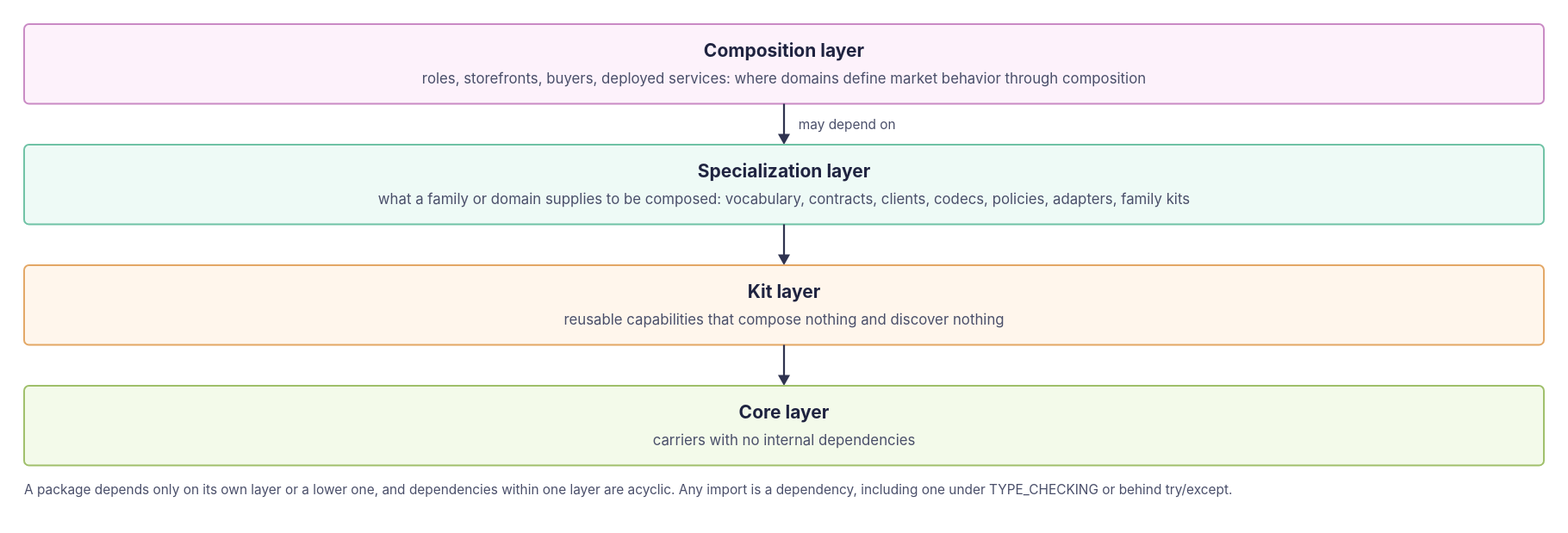
This is docs/development/diagrams/repository-layers.svg from arkhai-io/simple-compute-market, a draw.io export, as it was before one commit. Source tidied: cells renumbered, new cells last; positions are measured from the earlier drawing's top-left corner, leaving out a move shared by most shapes. Its diagram source:
```xml
<mxGraphModel>
  <root>
    <mxCell id="0" />
    <mxCell id="1" parent="0" />
    <mxCell id="2" style="rounded=1;arcSize=6;whiteSpace=wrap;html=1;fillColor=#fdf2fb;strokeColor=#c98ac4;strokeWidth=1.4;" parent="1" vertex="1">
      <mxGeometry width="1260" height="66" as="geometry" />
    </mxCell>
    <mxCell id="3" value="Composition layer" style="text;html=1;align=center;verticalAlign=middle;whiteSpace=nowrap;fontSize=15;fontColor=#1f2340;fontStyle=1;fontFamily=Helvetica;" parent="1" vertex="1">
      <mxGeometry x="545" y="12" width="170.1" height="21" as="geometry" />
    </mxCell>
    <mxCell id="4" value="roles, storefronts, buyers, deployed services: where domains define market behavior through composition" style="text;html=1;align=center;verticalAlign=middle;whiteSpace=nowrap;fontSize=12;fontColor=#4a4f6a;fontStyle=0;fontFamily=Helvetica;" parent="1" vertex="1">
      <mxGeometry x="240.8" y="37" width="778.3" height="18" as="geometry" />
    </mxCell>
    <mxCell id="5" style="endArrow=block;endFill=1;strokeColor=#2f3350;strokeWidth=1.6;html=1;" parent="1" edge="1">
      <mxGeometry relative="1" as="geometry">
        <mxPoint x="630" y="66" as="sourcePoint" />
        <mxPoint x="630" y="100" as="targetPoint" />
      </mxGeometry>
    </mxCell>
    <mxCell id="6" value="may depend on" style="text;html=1;align=left;verticalAlign=middle;whiteSpace=nowrap;fontSize=11;fontColor=#4a4f6a;fontStyle=0;fontFamily=Helvetica;" parent="1" vertex="1">
      <mxGeometry x="642" y="76" width="100.7" height="17" as="geometry" />
    </mxCell>
    <mxCell id="7" style="rounded=1;arcSize=6;whiteSpace=wrap;html=1;fillColor=#eefaf6;strokeColor=#6fc2a5;strokeWidth=1.4;" parent="1" vertex="1">
      <mxGeometry y="100" width="1260" height="66" as="geometry" />
    </mxCell>
    <mxCell id="8" value="Specialization layer" style="text;html=1;align=center;verticalAlign=middle;whiteSpace=nowrap;fontSize=15;fontColor=#1f2340;fontStyle=1;fontFamily=Helvetica;" parent="1" vertex="1">
      <mxGeometry x="531" y="112" width="198" height="21" as="geometry" />
    </mxCell>
    <mxCell id="9" value="what a family or domain supplies to be composed: vocabulary, contracts, clients, codecs, policies, adapters, family kits" style="text;html=1;align=center;verticalAlign=middle;whiteSpace=nowrap;fontSize=12;fontColor=#4a4f6a;fontStyle=0;fontFamily=Helvetica;" parent="1" vertex="1">
      <mxGeometry x="177.6" y="137" width="904.8" height="18" as="geometry" />
    </mxCell>
    <mxCell id="10" style="endArrow=block;endFill=1;strokeColor=#2f3350;strokeWidth=1.6;html=1;" parent="1" edge="1">
      <mxGeometry relative="1" as="geometry">
        <mxPoint x="630" y="166" as="sourcePoint" />
        <mxPoint x="630" y="200" as="targetPoint" />
      </mxGeometry>
    </mxCell>
    <mxCell id="11" style="rounded=1;arcSize=6;whiteSpace=wrap;html=1;fillColor=#fff6ec;strokeColor=#e3a765;strokeWidth=1.4;" parent="1" vertex="1">
      <mxGeometry y="200" width="1260" height="66" as="geometry" />
    </mxCell>
    <mxCell id="12" value="Kit layer" style="text;html=1;align=center;verticalAlign=middle;whiteSpace=nowrap;fontSize=15;fontColor=#1f2340;fontStyle=1;fontFamily=Helvetica;" parent="1" vertex="1">
      <mxGeometry x="582.1" y="212" width="95.7" height="21" as="geometry" />
    </mxCell>
    <mxCell id="13" value="reusable capabilities that compose nothing and discover nothing" style="text;html=1;align=center;verticalAlign=middle;whiteSpace=nowrap;fontSize=12;fontColor=#4a4f6a;fontStyle=0;fontFamily=Helvetica;" parent="1" vertex="1">
      <mxGeometry x="389.6" y="237" width="480.7" height="18" as="geometry" />
    </mxCell>
    <mxCell id="14" style="endArrow=block;endFill=1;strokeColor=#2f3350;strokeWidth=1.6;html=1;" parent="1" edge="1">
      <mxGeometry relative="1" as="geometry">
        <mxPoint x="630" y="266" as="sourcePoint" />
        <mxPoint x="630" y="300" as="targetPoint" />
      </mxGeometry>
    </mxCell>
    <mxCell id="15" style="rounded=1;arcSize=6;whiteSpace=wrap;html=1;fillColor=#f3faea;strokeColor=#9fbf6a;strokeWidth=1.4;" parent="1" vertex="1">
      <mxGeometry y="300" width="1260" height="66" as="geometry" />
    </mxCell>
    <mxCell id="16" value="Core layer" style="text;html=1;align=center;verticalAlign=middle;whiteSpace=nowrap;fontSize=15;fontColor=#1f2340;fontStyle=1;fontFamily=Helvetica;" parent="1" vertex="1">
      <mxGeometry x="577.5" y="312" width="105" height="21" as="geometry" />
    </mxCell>
    <mxCell id="17" value="carriers with no internal dependencies" style="text;html=1;align=center;verticalAlign=middle;whiteSpace=nowrap;fontSize=12;fontColor=#4a4f6a;fontStyle=0;fontFamily=Helvetica;" parent="1" vertex="1">
      <mxGeometry x="482.6" y="337" width="294.7" height="18" as="geometry" />
    </mxCell>
    <mxCell id="18" value="A package depends only on its own layer or a lower one, and dependencies within one layer are acyclic. Any import is a dependency, including one under TYPE_CHECKING or behind try/except." style="text;html=1;align=left;verticalAlign=middle;whiteSpace=nowrap;fontSize=11;fontColor=#4a4f6a;fontStyle=0;fontFamily=Helvetica;" parent="1" vertex="1">
      <mxGeometry y="379" width="1280.5" height="17" as="geometry" />
    </mxCell>
  </root>
</mxGraphModel>
```
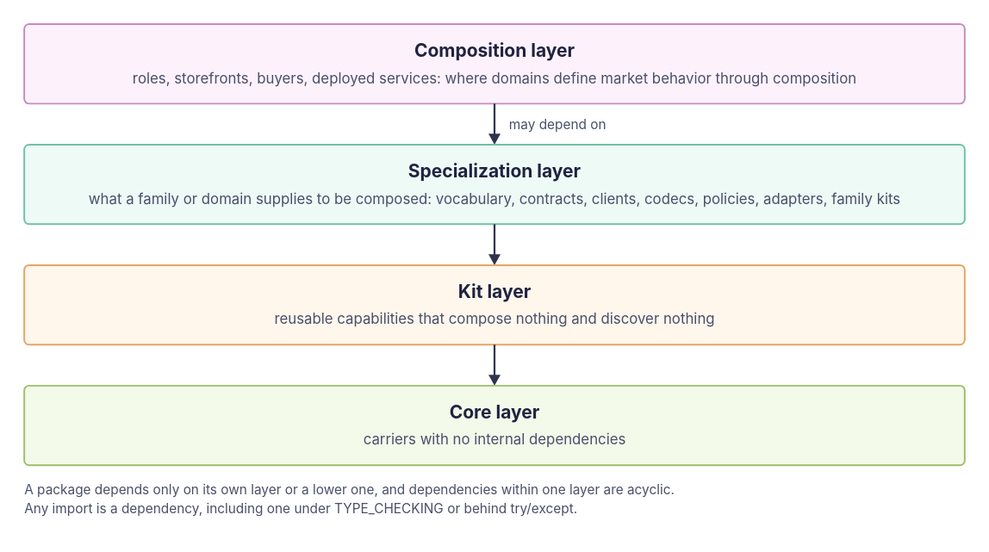
The same diagram one commit later.

Commit message:
docs: standardize diagrams on draw.io and revise three of them

What changed in the source:
```diff
@@ -3,10 +3,10 @@
     <mxCell id="0" />
     <mxCell id="1" parent="0" />
     <mxCell id="2" style="rounded=1;arcSize=6;whiteSpace=wrap;html=1;fillColor=#fdf2fb;strokeColor=#c98ac4;strokeWidth=1.4;" parent="1" vertex="1">
-      <mxGeometry width="1260" height="66" as="geometry" />
+      <mxGeometry x="240" width="780" height="66" as="geometry" />
     </mxCell>
     <mxCell id="3" value="Composition layer" style="text;html=1;align=center;verticalAlign=middle;whiteSpace=nowrap;fontSize=15;fontColor=#1f2340;fontStyle=1;fontFamily=Helvetica;" parent="1" vertex="1">
-      <mxGeometry x="545" y="12" width="170.1" height="21" as="geometry" />
+      <mxGeometry x="544.9" y="12" width="170.1" height="21" as="geometry" />
     </mxCell>
     <mxCell id="4" value="roles, storefronts, buyers, deployed services: where domains define market behavior through composition" style="text;html=1;align=center;verticalAlign=middle;whiteSpace=nowrap;fontSize=12;fontColor=#4a4f6a;fontStyle=0;fontFamily=Helvetica;" parent="1" vertex="1">
       <mxGeometry x="240.8" y="37" width="778.3" height="18" as="geometry" />
@@ -21,7 +21,7 @@
       <mxGeometry x="642" y="76" width="100.7" height="17" as="geometry" />
     </mxCell>
     <mxCell id="7" style="rounded=1;arcSize=6;whiteSpace=wrap;html=1;fillColor=#eefaf6;strokeColor=#6fc2a5;strokeWidth=1.4;" parent="1" vertex="1">
-      <mxGeometry y="100" width="1260" height="66" as="geometry" />
+      <mxGeometry x="240" y="100" width="780" height="66" as="geometry" />
     </mxCell>
     <mxCell id="8" value="Specialization layer" style="text;html=1;align=center;verticalAlign=middle;whiteSpace=nowrap;fontSize=15;fontColor=#1f2340;fontStyle=1;fontFamily=Helvetica;" parent="1" vertex="1">
       <mxGeometry x="531" y="112" width="198" height="21" as="geometry" />
@@ -36,7 +36,7 @@
       </mxGeometry>
     </mxCell>
     <mxCell id="11" style="rounded=1;arcSize=6;whiteSpace=wrap;html=1;fillColor=#fff6ec;strokeColor=#e3a765;strokeWidth=1.4;" parent="1" vertex="1">
-      <mxGeometry y="200" width="1260" height="66" as="geometry" />
+      <mxGeometry x="240" y="200" width="780" height="66" as="geometry" />
     </mxCell>
     <mxCell id="12" value="Kit layer" style="text;html=1;align=center;verticalAlign=middle;whiteSpace=nowrap;fontSize=15;fontColor=#1f2340;fontStyle=1;fontFamily=Helvetica;" parent="1" vertex="1">
       <mxGeometry x="582.1" y="212" width="95.7" height="21" as="geometry" />
@@ -51,7 +51,7 @@
       </mxGeometry>
     </mxCell>
     <mxCell id="15" style="rounded=1;arcSize=6;whiteSpace=wrap;html=1;fillColor=#f3faea;strokeColor=#9fbf6a;strokeWidth=1.4;" parent="1" vertex="1">
-      <mxGeometry y="300" width="1260" height="66" as="geometry" />
+      <mxGeometry x="240" y="300" width="780" height="66" as="geometry" />
     </mxCell>
     <mxCell id="16" value="Core layer" style="text;html=1;align=center;verticalAlign=middle;whiteSpace=nowrap;fontSize=15;fontColor=#1f2340;fontStyle=1;fontFamily=Helvetica;" parent="1" vertex="1">
       <mxGeometry x="577.5" y="312" width="105" height="21" as="geometry" />
@@ -59,8 +59,11 @@
     <mxCell id="17" value="carriers with no internal dependencies" style="text;html=1;align=center;verticalAlign=middle;whiteSpace=nowrap;fontSize=12;fontColor=#4a4f6a;fontStyle=0;fontFamily=Helvetica;" parent="1" vertex="1">
       <mxGeometry x="482.6" y="337" width="294.7" height="18" as="geometry" />
     </mxCell>
-    <mxCell id="18" value="A package depends only on its own layer or a lower one, and dependencies within one layer are acyclic. Any import is a dependency, including one under TYPE_CHECKING or behind try/except." style="text;html=1;align=left;verticalAlign=middle;whiteSpace=nowrap;fontSize=11;fontColor=#4a4f6a;fontStyle=0;fontFamily=Helvetica;" parent="1" vertex="1">
-      <mxGeometry y="379" width="1280.5" height="17" as="geometry" />
+    <mxCell id="18" value="A package depends only on its own layer or a lower one, and dependencies within one layer are acyclic." style="text;html=1;align=left;verticalAlign=middle;whiteSpace=nowrap;fontSize=11;fontColor=#4a4f6a;fontStyle=0;fontFamily=Helvetica;" parent="1" vertex="1">
+      <mxGeometry x="240" y="379" width="707.6" height="17" as="geometry" />
     </mxCell>
+    <mxCell id="19" value="Any import is a dependency, including one under TYPE_CHECKING or behind try/except." style="text;html=1;align=left;verticalAlign=middle;whiteSpace=nowrap;fontSize=11;fontColor=#4a4f6a;fontStyle=0;fontFamily=Helvetica;" parent="1" vertex="1">
+      <mxGeometry x="240" y="395" width="578.1" height="17" as="geometry" />
+    </mxCell>
   </root>
 </mxGraphModel>
```
